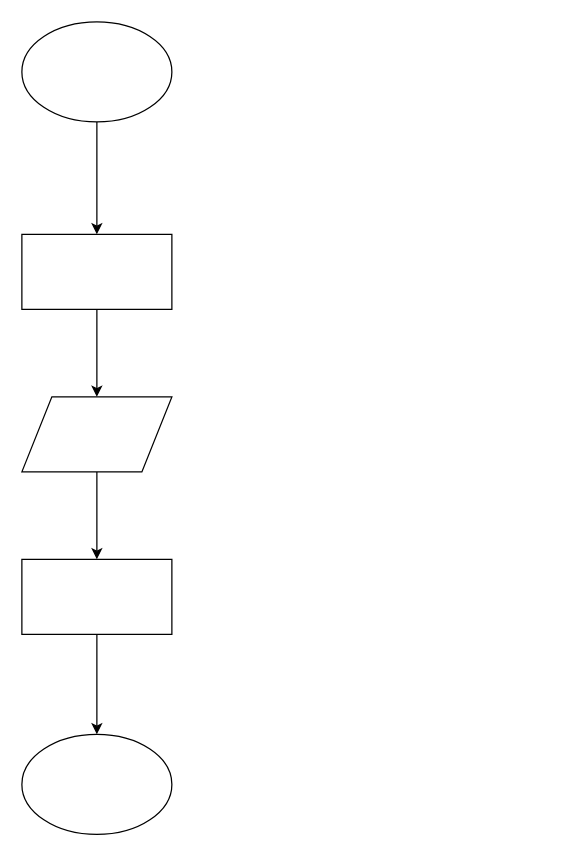
This is tabletransfer/Untitled Diagram.drawio from senthurai/netconnects.in, a draw.io file, before an edit. Source tidied: cells renumbered, new cells numbered last; positions are measured from the earlier drawing's top-left corner, leaving out a move shared by most shapes. Both pictures are drawn from the tidied source at 125%, with x=0, y=0 at pixel (21, 21).
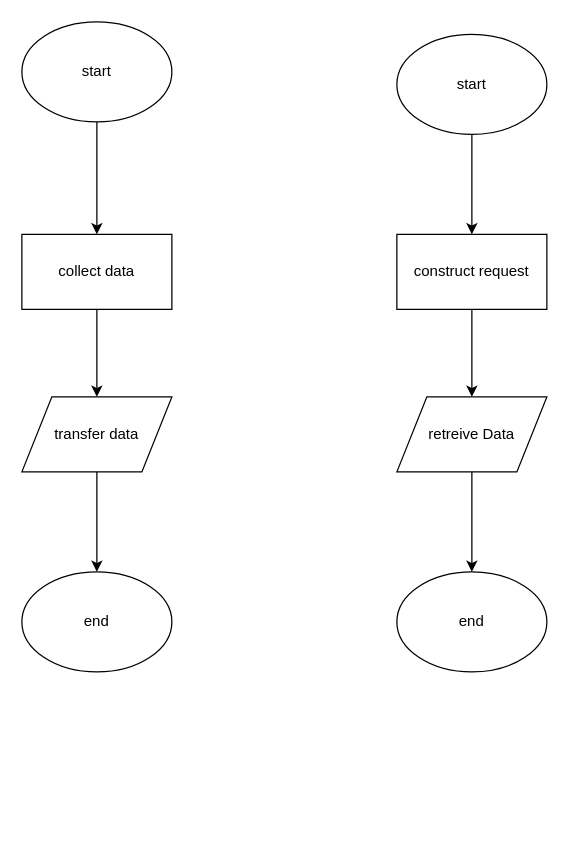
The same diagram, later.

What changed in the source:
```diff
@@
 <mxGraphModel>
   <root>
     <mxCell id="0" />
     <mxCell id="1" parent="0" />
     <mxCell id="2" style="edgeStyle=orthogonalEdgeStyle;rounded=0;jettySize=auto;html=1;entryX=0.5;entryY=0;entryDx=0;entryDy=0;" parent="1" edge="1" source="3" target="5">
       <mxGeometry relative="1" as="geometry" />
     </mxCell>
-    <mxCell id="3" style="ellipse;whiteSpace=wrap;html=1;" parent="1" vertex="1">
+    <mxCell id="3" value="start" style="ellipse;whiteSpace=wrap;html=1;" parent="1" vertex="1">
       <mxGeometry width="120" height="80" as="geometry" />
     </mxCell>
     <mxCell id="4" style="edgeStyle=orthogonalEdgeStyle;rounded=0;jettySize=auto;html=1;" parent="1" edge="1" source="5" target="7">
       <mxGeometry relative="1" as="geometry" />
     </mxCell>
-    <mxCell id="5" style="rounded=0;whiteSpace=wrap;html=1;" parent="1" vertex="1">
+    <mxCell id="5" value="collect data" style="rounded=0;whiteSpace=wrap;html=1;" parent="1" vertex="1">
       <mxGeometry y="170" width="120" height="60" as="geometry" />
     </mxCell>
-    <mxCell id="6" style="edgeStyle=orthogonalEdgeStyle;rounded=0;jettySize=auto;html=1;" parent="1" edge="1" source="7" target="9">
-      <mxGeometry relative="1" as="geometry" />
-    </mxCell>
-    <mxCell id="7" style="shape=parallelogram;perimeter=parallelogramPerimeter;whiteSpace=wrap;html=1;" parent="1" vertex="1">
+    <mxCell id="7" value="transfer data" style="shape=parallelogram;perimeter=parallelogramPerimeter;whiteSpace=wrap;html=1;" parent="1" vertex="1">
       <mxGeometry y="300" width="120" height="60" as="geometry" />
     </mxCell>
-    <mxCell id="8" style="edgeStyle=orthogonalEdgeStyle;rounded=0;jettySize=auto;html=1;" parent="1" edge="1" source="9" target="10">
+    <mxCell id="8" style="edgeStyle=orthogonalEdgeStyle;rounded=0;jettySize=auto;html=1;exitX=0.5;exitY=1;exitDx=0;exitDy=0;" parent="1" edge="1" source="7" target="10">
       <mxGeometry relative="1" as="geometry" />
     </mxCell>
-    <mxCell id="9" style="rounded=0;whiteSpace=wrap;html=1;" parent="1" vertex="1">
-      <mxGeometry y="430" width="120" height="60" as="geometry" />
-    </mxCell>
-    <mxCell id="10" style="ellipse;whiteSpace=wrap;html=1;" parent="1" vertex="1">
-      <mxGeometry y="570" width="120" height="80" as="geometry" />
+    <mxCell id="10" value="end" style="ellipse;whiteSpace=wrap;html=1;" parent="1" vertex="1">
+      <mxGeometry y="440" width="120" height="80" as="geometry" />
     </mxCell>
+    <mxCell id="11" style="edgeStyle=orthogonalEdgeStyle;rounded=0;jettySize=auto;html=1;entryX=0.5;entryY=0;entryDx=0;entryDy=0;" parent="1" edge="1" source="12" target="14">
+      <mxGeometry relative="1" as="geometry" />
+    </mxCell>
+    <mxCell id="12" value="start" style="ellipse;whiteSpace=wrap;html=1;" parent="1" vertex="1">
+      <mxGeometry x="300" y="10" width="120" height="80" as="geometry" />
+    </mxCell>
+    <mxCell id="13" style="edgeStyle=orthogonalEdgeStyle;rounded=0;jettySize=auto;html=1;" parent="1" edge="1" source="14" target="15">
+      <mxGeometry relative="1" as="geometry" />
+    </mxCell>
+    <mxCell id="14" value="construct request" style="rounded=0;whiteSpace=wrap;html=1;" parent="1" vertex="1">
+      <mxGeometry x="300" y="170" width="120" height="60" as="geometry" />
+    </mxCell>
+    <mxCell id="15" value="retreive Data" style="shape=parallelogram;perimeter=parallelogramPerimeter;whiteSpace=wrap;html=1;" parent="1" vertex="1">
+      <mxGeometry x="300" y="300" width="120" height="60" as="geometry" />
+    </mxCell>
+    <mxCell id="16" style="edgeStyle=orthogonalEdgeStyle;rounded=0;jettySize=auto;html=1;exitX=0.5;exitY=1;exitDx=0;exitDy=0;" parent="1" edge="1" source="15" target="17">
+      <mxGeometry relative="1" as="geometry" />
+    </mxCell>
+    <mxCell id="17" value="end" style="ellipse;whiteSpace=wrap;html=1;" parent="1" vertex="1">
+      <mxGeometry x="300" y="440" width="120" height="80" as="geometry" />
+    </mxCell>
   </root>
 </mxGraphModel>
```
